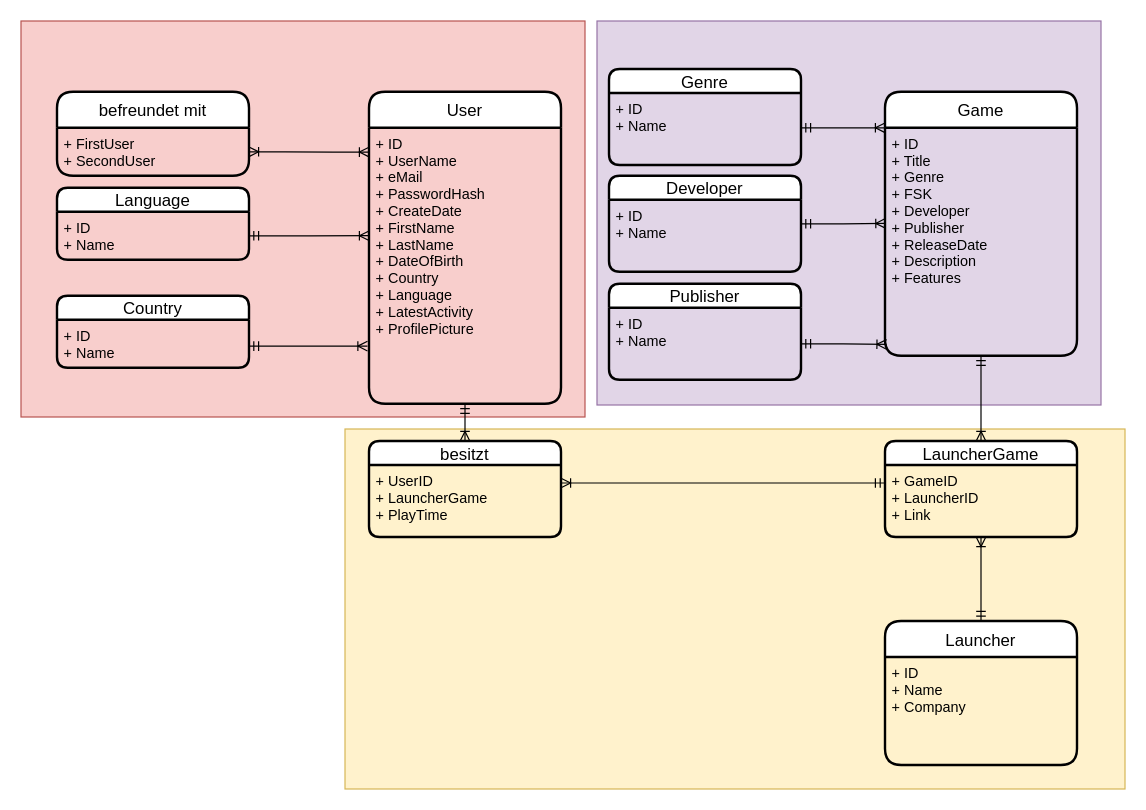
Earlier version of the draw.io diagram Datenbankentechnologien - Datenbankprojekt.drawio (JendrikLudwig/Datenbanktechnologien). Source tidied: cells renumbered, new cells numbered last; positions are measured from the earlier drawing's top-left corner, leaving out a move shared by most shapes. Both pictures are drawn from the tidied source at 120%, with x=0, y=0 at pixel (20, 20).
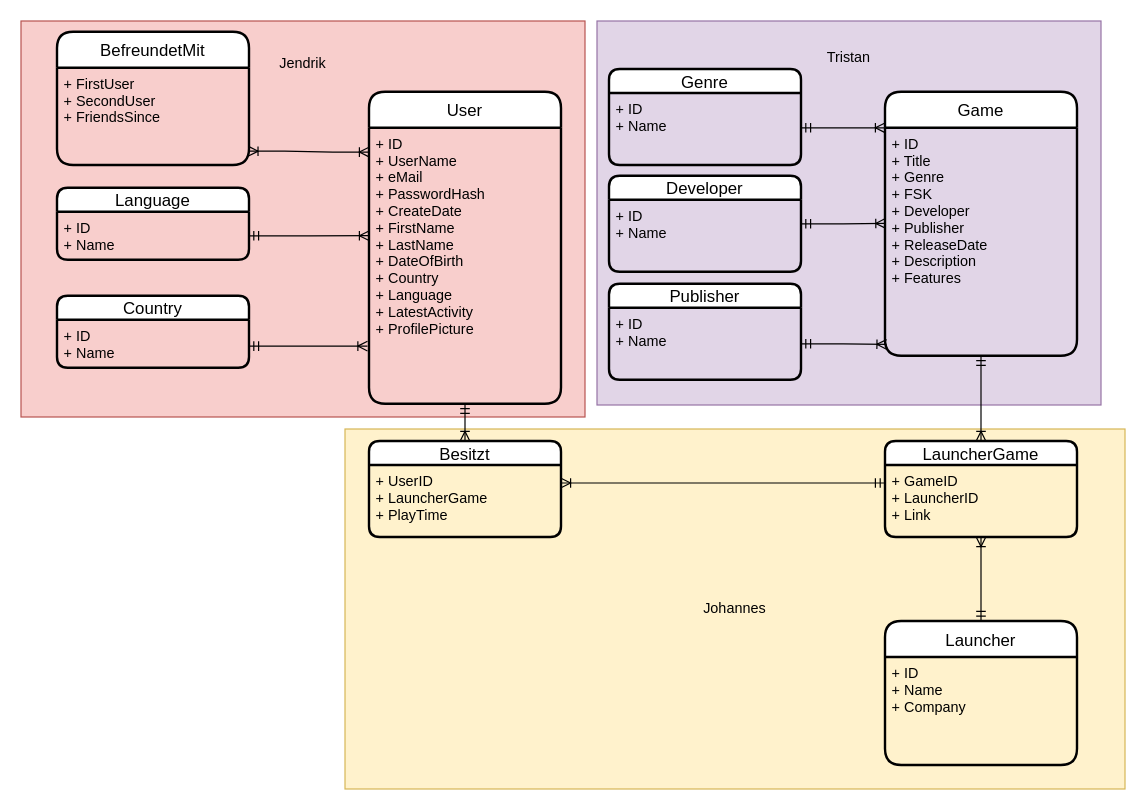
Above is the later version.

The change refers to these unchanged cells:
```xml
<mxCell id="6" value="+ ID&#10;+ UserName&#10;+ eMail&#10;+ PasswordHash&#10;+ CreateDate&#10;+ FirstName&#10;+ LastName&#10;+ DateOfBirth&#10;+ Country&#10;+ Language&#10;+ LatestActivity&#10;+ ProfilePicture&#10;&#10;" style="align=left;strokeColor=none;fillColor=none;spacingLeft=4;fontSize=12;verticalAlign=top;fontStyle=0;" parent="5" vertex="1">
  <mxGeometry y="30" width="160" height="230" as="geometry" />
</mxCell>
```

What changed in the source:
```diff
@@
-    <mxCell id="2" style="rounded=0;whiteSpace=wrap;html=1;fillColor=#fff2cc;strokeColor=#d6b656;" parent="1" vertex="1">
+    <mxCell id="2" value="Johannes" style="rounded=0;whiteSpace=wrap;html=1;fillColor=#fff2cc;strokeColor=#d6b656;" parent="1" vertex="1">
       <mxGeometry x="270" y="340" width="650" height="300" as="geometry" />
     </mxCell>
-    <mxCell id="3" style="rounded=0;whiteSpace=wrap;html=1;fillColor=#f8cecc;strokeColor=#b85450;" parent="1" vertex="1">
+    <mxCell id="3" value="Jendrik&lt;br&gt;&lt;br&gt;&lt;br&gt;&lt;br&gt;&lt;br&gt;&lt;br&gt;&lt;br&gt;&lt;br&gt;&lt;br&gt;&lt;br&gt;&lt;br&gt;&lt;br&gt;&lt;br&gt;&lt;br&gt;&lt;br&gt;&lt;br&gt;&lt;br&gt;&lt;br&gt;&lt;br&gt;" style="rounded=0;whiteSpace=wrap;html=1;fillColor=#f8cecc;strokeColor=#b85450;" parent="1" vertex="1">
       <mxGeometry width="470" height="330" as="geometry" />
     </mxCell>
-    <mxCell id="4" style="rounded=0;whiteSpace=wrap;html=1;fillColor=#e1d5e7;strokeColor=#9673a6;" parent="1" vertex="1">
+    <mxCell id="4" value="Tristan&lt;br&gt;&lt;br&gt;&lt;br&gt;&lt;br&gt;&lt;br&gt;&lt;br&gt;&lt;br&gt;&lt;br&gt;&lt;br&gt;&lt;br&gt;&lt;br&gt;&lt;br&gt;&lt;br&gt;&lt;br&gt;&lt;br&gt;&lt;br&gt;&lt;br&gt;&lt;br&gt;&lt;br&gt;" style="rounded=0;whiteSpace=wrap;html=1;fillColor=#e1d5e7;strokeColor=#9673a6;" parent="1" vertex="1">
       <mxGeometry x="480" width="420" height="320" as="geometry" />
     </mxCell>
@@
-    <mxCell id="9" value="befreundet mit" style="swimlane;horizontal=1;startSize=30;rounded=1;fontSize=14;fontStyle=0;strokeWidth=2;shadow=0;dashed=0;align=center;" parent="1" vertex="1">
-      <mxGeometry x="30" y="59" width="160" height="70" as="geometry" />
+    <mxCell id="9" value="BefreundetMit" style="swimlane;horizontal=1;startSize=30;rounded=1;fontSize=14;fontStyle=0;strokeWidth=2;shadow=0;dashed=0;align=center;" parent="1" vertex="1">
+      <mxGeometry x="30" y="9" width="160" height="111" as="geometry" />
     </mxCell>
-    <mxCell id="10" value="+ FirstUser&#10;+ SecondUser" style="align=left;strokeColor=none;fillColor=none;spacingLeft=4;fontSize=12;verticalAlign=top;fontStyle=0;" parent="9" vertex="1">
-      <mxGeometry y="30" width="160" height="40" as="geometry" />
+    <mxCell id="10" value="+ FirstUser&#10;+ SecondUser&#10;+ FriendsSince&#10;" style="align=left;strokeColor=none;fillColor=none;spacingLeft=4;fontSize=12;verticalAlign=top;fontStyle=0;" parent="9" vertex="1">
+      <mxGeometry y="30" width="160" height="81" as="geometry" />
     </mxCell>
@@
-    <mxCell id="14" value="besitzt" style="swimlane;horizontal=1;startSize=20;rounded=1;fontSize=14;fontStyle=0;strokeWidth=2;shadow=0;dashed=0;align=center;" parent="1" vertex="1">
+    <mxCell id="14" value="Besitzt" style="swimlane;horizontal=1;startSize=20;rounded=1;fontSize=14;fontStyle=0;strokeWidth=2;shadow=0;dashed=0;align=center;" parent="1" vertex="1">
       <mxGeometry x="290" y="350" width="160" height="80" as="geometry" />
     </mxCell>
@@
-    <mxCell id="18" style="edgeStyle=entityRelationEdgeStyle;fontSize=12;html=1;endArrow=ERoneToMany;startArrow=ERoneToMany;rounded=0;exitX=1;exitY=0.5;exitDx=0;exitDy=0;entryX=0;entryY=0.088;entryDx=0;entryDy=0;entryPerimeter=0;" parent="1" edge="1" source="10" target="6">
+    <mxCell id="18" style="edgeStyle=entityRelationEdgeStyle;fontSize=12;html=1;endArrow=ERoneToMany;startArrow=ERoneToMany;rounded=0;exitX=0.997;exitY=0.858;exitDx=0;exitDy=0;entryX=0;entryY=0.088;entryDx=0;entryDy=0;entryPerimeter=0;exitPerimeter=0;" parent="1" edge="1" source="10" target="6">
       <mxGeometry relative="1" as="geometry" />
     </mxCell>
```
